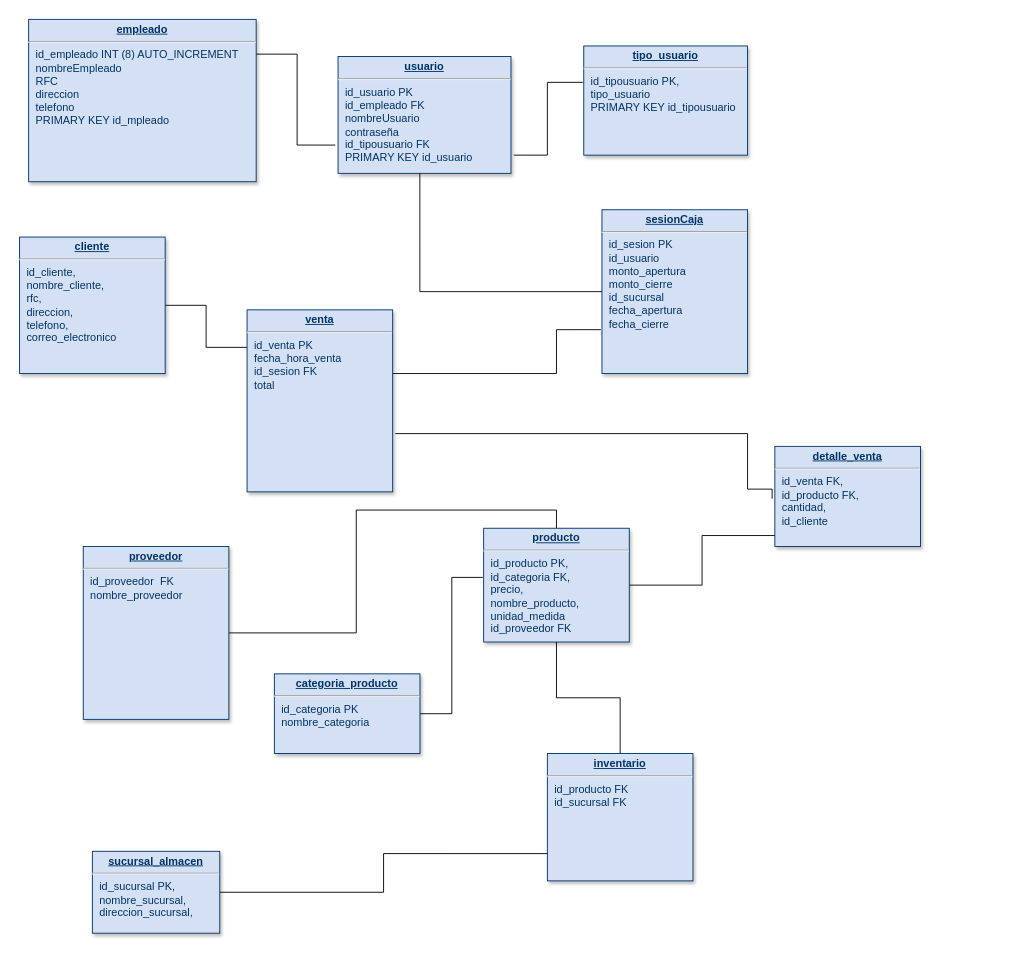
vendettjesus/hello-mundo keeps this draw.io diagram as puntoDeVenta.drawio. Above is the earlier version. Source tidied: cells renumbered, new cells numbered last; positions are measured from the earlier drawing's top-left corner, leaving out a move shared by most shapes. Both pictures are drawn from the tidied source at 91%, with x=0, y=0 at pixel (19, 19).
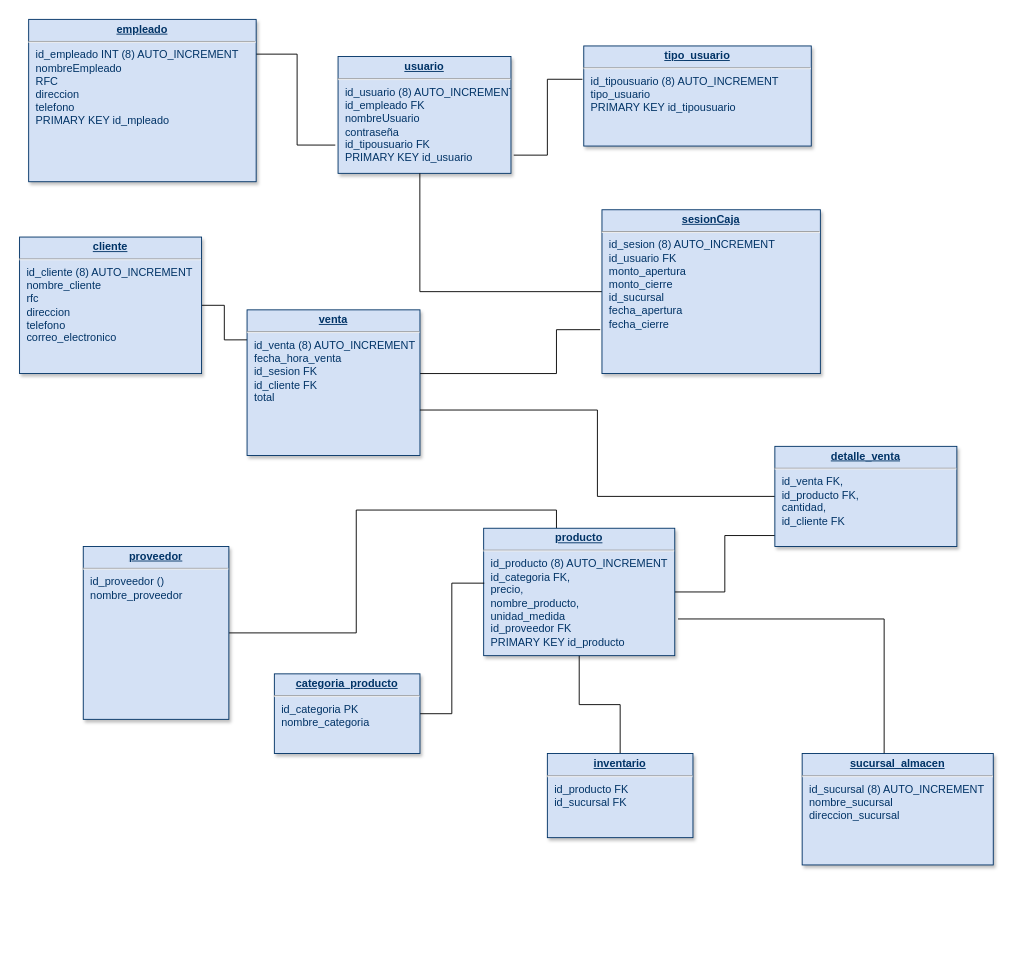
After the change.

The change refers to these unchanged cells:
```xml
<mxCell id="8" value="&lt;p style=&quot;margin: 0px; margin-top: 4px; text-align: center; text-decoration: underline;&quot;&gt;&lt;strong&gt;categoria_producto&lt;/strong&gt;&lt;/p&gt;&lt;hr&gt;&lt;p style=&quot;margin: 0px; margin-left: 8px;&quot;&gt;id_categoria PK&lt;/p&gt;&lt;p style=&quot;margin: 0px; margin-left: 8px;&quot;&gt;&lt;span style=&quot;&quot;&gt; &lt;/span&gt;nombre_categoria&lt;/p&gt;" style="verticalAlign=top;align=left;overflow=fill;fontSize=12;fontFamily=Helvetica;html=1;strokeColor=#003366;shadow=1;fillColor=#D4E1F5;fontColor=#003366;" parent="1" vertex="1">
  <mxGeometry x="280" y="719" width="160" height="87.5" as="geometry" />
</mxCell>
```

What changed in the source:
```diff
@@
-    <mxCell id="2" value="&lt;p style=&quot;margin: 0px; margin-top: 4px; text-align: center; text-decoration: underline;&quot;&gt;&lt;b&gt;usuario&lt;/b&gt;&lt;/p&gt;&lt;hr&gt;&lt;p style=&quot;margin: 0px; margin-left: 8px;&quot;&gt;id_usuario PK&lt;/p&gt;&lt;p style=&quot;margin: 0px; margin-left: 8px;&quot;&gt;&lt;span style=&quot;&quot;&gt; &lt;/span&gt;id_empleado FK&lt;/p&gt;&lt;p style=&quot;margin: 0px; margin-left: 8px;&quot;&gt;&lt;span style=&quot;&quot;&gt; &lt;/span&gt;nombreUsuario&lt;/p&gt;&lt;p style=&quot;margin: 0px; margin-left: 8px;&quot;&gt;&lt;span style=&quot;&quot;&gt; &lt;/span&gt;contraseña&lt;/p&gt;&lt;p style=&quot;margin: 0px; margin-left: 8px;&quot;&gt;&lt;span style=&quot;&quot;&gt; &lt;/span&gt;id_tipousuario FK&lt;/p&gt;&lt;p style=&quot;margin: 0px; margin-left: 8px;&quot;&gt;&lt;span style=&quot;&quot;&gt; &lt;/span&gt;PRIMARY KEY id_usuario&lt;/p&gt;" style="verticalAlign=top;align=left;overflow=fill;fontSize=12;fontFamily=Helvetica;html=1;strokeColor=#003366;shadow=1;fillColor=#D4E1F5;fontColor=#003366;" parent="1" vertex="1">
+    <mxCell id="2" value="&lt;p style=&quot;margin: 0px; margin-top: 4px; text-align: center; text-decoration: underline;&quot;&gt;&lt;b&gt;usuario&lt;/b&gt;&lt;/p&gt;&lt;hr&gt;&lt;p style=&quot;margin: 0px; margin-left: 8px;&quot;&gt;id_usuario (8) AUTO_INCREMENT&lt;/p&gt;&lt;p style=&quot;margin: 0px; margin-left: 8px;&quot;&gt;&lt;span style=&quot;&quot;&gt; &lt;/span&gt;id_empleado FK&lt;/p&gt;&lt;p style=&quot;margin: 0px; margin-left: 8px;&quot;&gt;&lt;span style=&quot;&quot;&gt; &lt;/span&gt;nombreUsuario&lt;/p&gt;&lt;p style=&quot;margin: 0px; margin-left: 8px;&quot;&gt;&lt;span style=&quot;&quot;&gt; &lt;/span&gt;contraseña&lt;/p&gt;&lt;p style=&quot;margin: 0px; margin-left: 8px;&quot;&gt;&lt;span style=&quot;&quot;&gt; &lt;/span&gt;id_tipousuario FK&lt;/p&gt;&lt;p style=&quot;margin: 0px; margin-left: 8px;&quot;&gt;&lt;span style=&quot;&quot;&gt; &lt;/span&gt;PRIMARY KEY id_usuario&lt;/p&gt;" style="verticalAlign=top;align=left;overflow=fill;fontSize=12;fontFamily=Helvetica;html=1;strokeColor=#003366;shadow=1;fillColor=#D4E1F5;fontColor=#003366;" parent="1" vertex="1">
       <mxGeometry x="350" y="40.6" width="190" height="128.4" as="geometry" />
     </mxCell>
@@
-    <mxCell id="6" value="&lt;p style=&quot;margin: 0px; margin-top: 4px; text-align: center; text-decoration: underline;&quot;&gt;&lt;b&gt;producto&lt;/b&gt;&lt;/p&gt;&lt;hr&gt;&lt;p style=&quot;margin: 0px; margin-left: 8px;&quot;&gt;id_producto PK,&lt;/p&gt;&lt;p style=&quot;margin: 0px; margin-left: 8px;&quot;&gt;&lt;span style=&quot;&quot;&gt; &lt;/span&gt;id_categoria FK,&lt;/p&gt;&lt;p style=&quot;margin: 0px; margin-left: 8px;&quot;&gt;&lt;span style=&quot;&quot;&gt; &lt;/span&gt;precio,&amp;nbsp;&lt;/p&gt;&lt;p style=&quot;margin: 0px; margin-left: 8px;&quot;&gt;&lt;span style=&quot;&quot;&gt; &lt;/span&gt;nombre_producto,&lt;/p&gt;&lt;p style=&quot;margin: 0px; margin-left: 8px;&quot;&gt;&lt;span style=&quot;&quot;&gt; &lt;/span&gt;unidad_medida&lt;/p&gt;&lt;p style=&quot;margin: 0px; margin-left: 8px;&quot;&gt;&lt;span style=&quot;&quot;&gt; &lt;/span&gt;id_proveedor FK&lt;/p&gt;" style="verticalAlign=top;align=left;overflow=fill;fontSize=12;fontFamily=Helvetica;html=1;strokeColor=#003366;shadow=1;fillColor=#D4E1F5;fontColor=#003366;" parent="1" vertex="1">
-      <mxGeometry x="510" y="559" width="160" height="125" as="geometry" />
+    <mxCell id="6" value="&lt;p style=&quot;margin: 0px; margin-top: 4px; text-align: center; text-decoration: underline;&quot;&gt;&lt;b&gt;producto&lt;/b&gt;&lt;/p&gt;&lt;hr&gt;&lt;p style=&quot;margin: 0px; margin-left: 8px;&quot;&gt;id_producto (8) AUTO_INCREMENT&lt;/p&gt;&lt;p style=&quot;margin: 0px; margin-left: 8px;&quot;&gt;&lt;span style=&quot;&quot;&gt; &lt;/span&gt;id_categoria FK,&lt;/p&gt;&lt;p style=&quot;margin: 0px; margin-left: 8px;&quot;&gt;&lt;span style=&quot;&quot;&gt; &lt;/span&gt;precio,&amp;nbsp;&lt;/p&gt;&lt;p style=&quot;margin: 0px; margin-left: 8px;&quot;&gt;&lt;span style=&quot;&quot;&gt; &lt;/span&gt;nombre_producto,&lt;/p&gt;&lt;p style=&quot;margin: 0px; margin-left: 8px;&quot;&gt;&lt;span style=&quot;&quot;&gt; &lt;/span&gt;unidad_medida&lt;/p&gt;&lt;p style=&quot;margin: 0px; margin-left: 8px;&quot;&gt;&lt;span style=&quot;&quot;&gt; &lt;/span&gt;id_proveedor FK&lt;/p&gt;&lt;p style=&quot;margin: 0px; margin-left: 8px;&quot;&gt;PRIMARY KEY id_producto&lt;/p&gt;" style="verticalAlign=top;align=left;overflow=fill;fontSize=12;fontFamily=Helvetica;html=1;strokeColor=#003366;shadow=1;fillColor=#D4E1F5;fontColor=#003366;" parent="1" vertex="1">
+      <mxGeometry x="510" y="559" width="210" height="140" as="geometry" />
     </mxCell>
-    <mxCell id="7" style="edgeStyle=orthogonalEdgeStyle;rounded=0;jettySize=auto;html=1;entryX=-0.006;entryY=0.432;entryDx=0;entryDy=0;entryPerimeter=0;endArrow=none;endFill=0;" parent="1" edge="1" source="8" target="6">
+    <mxCell id="7" style="edgeStyle=orthogonalEdgeStyle;rounded=0;jettySize=auto;html=1;entryX=0.003;entryY=0.431;entryDx=0;entryDy=0;entryPerimeter=0;endArrow=none;endFill=0;" parent="1" edge="1" source="8" target="6">
       <mxGeometry relative="1" as="geometry" />
     </mxCell>
@@
-    <mxCell id="10" value="&lt;p style=&quot;margin: 0px; margin-top: 4px; text-align: center; text-decoration: underline;&quot;&gt;&lt;b&gt;sesionCaja&lt;/b&gt;&lt;/p&gt;&lt;hr&gt;&lt;p style=&quot;margin: 0px; margin-left: 8px;&quot;&gt;id_sesion PK&lt;/p&gt;&lt;p style=&quot;margin: 0px; margin-left: 8px;&quot;&gt;&lt;span style=&quot;&quot;&gt; &lt;/span&gt;id_usuario&lt;/p&gt;&lt;p style=&quot;margin: 0px; margin-left: 8px;&quot;&gt;&lt;span style=&quot;&quot;&gt; &lt;/span&gt;monto_apertura&lt;/p&gt;&lt;p style=&quot;margin: 0px; margin-left: 8px;&quot;&gt;&lt;span style=&quot;&quot;&gt; &lt;/span&gt;monto_cierre&lt;/p&gt;&lt;p style=&quot;margin: 0px; margin-left: 8px;&quot;&gt;&lt;span style=&quot;&quot;&gt; &lt;/span&gt;id_sucursal&lt;/p&gt;&lt;p style=&quot;margin: 0px; margin-left: 8px;&quot;&gt;&lt;span style=&quot;&quot;&gt; &lt;/span&gt;fecha_apertura&lt;/p&gt;&lt;p style=&quot;margin: 0px; margin-left: 8px;&quot;&gt;&lt;span style=&quot;&quot;&gt; &lt;/span&gt;fecha_cierre&lt;span style=&quot;&quot;&gt; &lt;/span&gt;&lt;/p&gt;" style="verticalAlign=top;align=left;overflow=fill;fontSize=12;fontFamily=Helvetica;html=1;strokeColor=#003366;shadow=1;fillColor=#D4E1F5;fontColor=#003366;" parent="1" vertex="1">
-      <mxGeometry x="640" y="209" width="160" height="180" as="geometry" />
+    <mxCell id="10" value="&lt;p style=&quot;margin: 0px; margin-top: 4px; text-align: center; text-decoration: underline;&quot;&gt;&lt;b&gt;sesionCaja&lt;/b&gt;&lt;/p&gt;&lt;hr&gt;&lt;p style=&quot;margin: 0px; margin-left: 8px;&quot;&gt;id_sesion (8) AUTO_INCREMENT&lt;/p&gt;&lt;p style=&quot;margin: 0px; margin-left: 8px;&quot;&gt;&lt;span style=&quot;&quot;&gt; &lt;/span&gt;id_usuario FK&lt;/p&gt;&lt;p style=&quot;margin: 0px; margin-left: 8px;&quot;&gt;&lt;span style=&quot;&quot;&gt; &lt;/span&gt;monto_apertura&amp;nbsp;&lt;/p&gt;&lt;p style=&quot;margin: 0px; margin-left: 8px;&quot;&gt;&lt;span style=&quot;&quot;&gt; &lt;/span&gt;monto_cierre&lt;/p&gt;&lt;p style=&quot;margin: 0px; margin-left: 8px;&quot;&gt;&lt;span style=&quot;&quot;&gt; &lt;/span&gt;id_sucursal&lt;/p&gt;&lt;p style=&quot;margin: 0px; margin-left: 8px;&quot;&gt;&lt;span style=&quot;&quot;&gt; &lt;/span&gt;fecha_apertura&lt;/p&gt;&lt;p style=&quot;margin: 0px; margin-left: 8px;&quot;&gt;&lt;span style=&quot;&quot;&gt; &lt;/span&gt;fecha_cierre&lt;span style=&quot;&quot;&gt; &lt;/span&gt;&lt;/p&gt;" style="verticalAlign=top;align=left;overflow=fill;fontSize=12;fontFamily=Helvetica;html=1;strokeColor=#003366;shadow=1;fillColor=#D4E1F5;fontColor=#003366;" parent="1" vertex="1">
+      <mxGeometry x="640" y="209" width="240" height="180" as="geometry" />
     </mxCell>
@@
-    <mxCell id="12" value="&lt;p style=&quot;margin: 0px; margin-top: 4px; text-align: center; text-decoration: underline;&quot;&gt;&lt;strong&gt;tipo_usuario&lt;/strong&gt;&lt;/p&gt;&lt;hr&gt;&lt;p style=&quot;margin: 0px; margin-left: 8px;&quot;&gt;id_tipousuario PK,&lt;/p&gt;&lt;p style=&quot;margin: 0px; margin-left: 8px;&quot;&gt;&lt;span style=&quot;&quot;&gt; &lt;/span&gt;tipo_usuario&lt;/p&gt;&lt;p style=&quot;margin: 0px; margin-left: 8px;&quot;&gt;&lt;span style=&quot;&quot;&gt; &lt;/span&gt;PRIMARY KEY id_tipousuario&amp;nbsp;&lt;/p&gt;" style="verticalAlign=top;align=left;overflow=fill;fontSize=12;fontFamily=Helvetica;html=1;strokeColor=#003366;shadow=1;fillColor=#D4E1F5;fontColor=#003366;" parent="1" vertex="1">
-      <mxGeometry x="620" y="29" width="180" height="120" as="geometry" />
+    <mxCell id="12" value="&lt;p style=&quot;margin: 0px; margin-top: 4px; text-align: center; text-decoration: underline;&quot;&gt;&lt;strong&gt;tipo_usuario&lt;/strong&gt;&lt;/p&gt;&lt;hr&gt;&lt;p style=&quot;margin: 0px; margin-left: 8px;&quot;&gt;id_tipousuario (8) AUTO_INCREMENT&lt;/p&gt;&lt;p style=&quot;margin: 0px; margin-left: 8px;&quot;&gt;&lt;span style=&quot;&quot;&gt; &lt;/span&gt;tipo_usuario&lt;/p&gt;&lt;p style=&quot;margin: 0px; margin-left: 8px;&quot;&gt;&lt;span style=&quot;&quot;&gt; &lt;/span&gt;PRIMARY KEY id_tipousuario&amp;nbsp;&lt;/p&gt;" style="verticalAlign=top;align=left;overflow=fill;fontSize=12;fontFamily=Helvetica;html=1;strokeColor=#003366;shadow=1;fillColor=#D4E1F5;fontColor=#003366;" parent="1" vertex="1">
+      <mxGeometry x="620" y="29" width="250" height="110" as="geometry" />
     </mxCell>
@@
-    <mxCell id="14" value="&lt;p style=&quot;margin: 0px; margin-top: 4px; text-align: center; text-decoration: underline;&quot;&gt;&lt;b&gt;cliente&lt;/b&gt;&lt;/p&gt;&lt;hr&gt;&lt;p style=&quot;margin: 0px; margin-left: 8px;&quot;&gt;id_cliente,&lt;/p&gt;&lt;p style=&quot;margin: 0px; margin-left: 8px;&quot;&gt;&lt;span style=&quot;&quot;&gt; &lt;/span&gt;nombre_cliente,&lt;/p&gt;&lt;p style=&quot;margin: 0px; margin-left: 8px;&quot;&gt;&lt;span style=&quot;&quot;&gt; &lt;/span&gt;rfc,&lt;/p&gt;&lt;p style=&quot;margin: 0px; margin-left: 8px;&quot;&gt;&lt;span style=&quot;&quot;&gt; &lt;/span&gt;direccion,&lt;/p&gt;&lt;p style=&quot;margin: 0px; margin-left: 8px;&quot;&gt;&lt;span style=&quot;&quot;&gt; &lt;/span&gt;telefono,&lt;/p&gt;&lt;p style=&quot;margin: 0px; margin-left: 8px;&quot;&gt;&lt;span style=&quot;&quot;&gt; &lt;/span&gt;correo_electronico&lt;/p&gt;" style="verticalAlign=top;align=left;overflow=fill;fontSize=12;fontFamily=Helvetica;html=1;strokeColor=#003366;shadow=1;fillColor=#D4E1F5;fontColor=#003366;" parent="1" vertex="1">
-      <mxGeometry y="239" width="160" height="150" as="geometry" />
+    <mxCell id="14" value="&lt;p style=&quot;margin: 0px; margin-top: 4px; text-align: center; text-decoration: underline;&quot;&gt;&lt;b&gt;cliente&lt;/b&gt;&lt;/p&gt;&lt;hr&gt;&lt;p style=&quot;margin: 0px; margin-left: 8px;&quot;&gt;id_cliente (8) AUTO_INCREMENT&lt;/p&gt;&lt;p style=&quot;margin: 0px; margin-left: 8px;&quot;&gt;&lt;span style=&quot;&quot;&gt; &lt;/span&gt;nombre_cliente&lt;/p&gt;&lt;p style=&quot;margin: 0px; margin-left: 8px;&quot;&gt;&lt;span style=&quot;&quot;&gt; &lt;/span&gt;rfc&lt;/p&gt;&lt;p style=&quot;margin: 0px; margin-left: 8px;&quot;&gt;&lt;span style=&quot;&quot;&gt; &lt;/span&gt;direccion&lt;/p&gt;&lt;p style=&quot;margin: 0px; margin-left: 8px;&quot;&gt;&lt;span style=&quot;&quot;&gt; &lt;/span&gt;telefono&lt;/p&gt;&lt;p style=&quot;margin: 0px; margin-left: 8px;&quot;&gt;&lt;span style=&quot;&quot;&gt; &lt;/span&gt;correo_electronico&lt;/p&gt;" style="verticalAlign=top;align=left;overflow=fill;fontSize=12;fontFamily=Helvetica;html=1;strokeColor=#003366;shadow=1;fillColor=#D4E1F5;fontColor=#003366;" parent="1" vertex="1">
+      <mxGeometry y="239" width="200" height="150" as="geometry" />
     </mxCell>
@@
-    <mxCell id="17" style="edgeStyle=orthogonalEdgeStyle;rounded=0;jettySize=auto;html=1;entryX=-0.019;entryY=0.523;entryDx=0;entryDy=0;entryPerimeter=0;startArrow=none;startFill=0;endArrow=none;endFill=0;exitX=1.018;exitY=0.68;exitDx=0;exitDy=0;exitPerimeter=0;" parent="1" edge="1" source="19" target="21">
-      <mxGeometry relative="1" as="geometry">
-        <Array as="points">
-          <mxPoint x="800" y="455" />
-          <mxPoint x="800" y="516" />
-        </Array>
-      </mxGeometry>
-    </mxCell>
@@
-    <mxCell id="19" value="&lt;p style=&quot;margin: 0px; margin-top: 4px; text-align: center; text-decoration: underline;&quot;&gt;&lt;b&gt;venta&lt;/b&gt;&lt;/p&gt;&lt;hr&gt;&lt;p style=&quot;margin: 0px; margin-left: 8px;&quot;&gt;id_venta PK&lt;/p&gt;&lt;p style=&quot;margin: 0px; margin-left: 8px;&quot;&gt;&lt;span style=&quot;&quot;&gt; &lt;/span&gt;fecha_hora_venta&lt;/p&gt;&lt;p style=&quot;margin: 0px; margin-left: 8px;&quot;&gt;&lt;span style=&quot;&quot;&gt; &lt;/span&gt;id_sesion FK&lt;/p&gt;&lt;p style=&quot;margin: 0px; margin-left: 8px;&quot;&gt;&lt;span style=&quot;&quot;&gt; &lt;/span&gt;total&lt;/p&gt;" style="verticalAlign=top;align=left;overflow=fill;fontSize=12;fontFamily=Helvetica;html=1;strokeColor=#003366;shadow=1;fillColor=#D4E1F5;fontColor=#003366;" parent="1" vertex="1">
-      <mxGeometry x="250" y="319" width="160" height="200" as="geometry" />
+    <mxCell id="19" value="&lt;p style=&quot;margin: 0px; margin-top: 4px; text-align: center; text-decoration: underline;&quot;&gt;&lt;b&gt;venta&lt;/b&gt;&lt;/p&gt;&lt;hr&gt;&lt;p style=&quot;margin: 0px; margin-left: 8px;&quot;&gt;id_venta (8) AUTO_INCREMENT&lt;/p&gt;&lt;p style=&quot;margin: 0px; margin-left: 8px;&quot;&gt;&lt;span style=&quot;&quot;&gt; &lt;/span&gt;fecha_hora_venta&lt;/p&gt;&lt;p style=&quot;margin: 0px; margin-left: 8px;&quot;&gt;&lt;span style=&quot;&quot;&gt; &lt;/span&gt;id_sesion FK&lt;/p&gt;&lt;p style=&quot;margin: 0px; margin-left: 8px;&quot;&gt;id_cliente FK&lt;/p&gt;&lt;p style=&quot;margin: 0px; margin-left: 8px;&quot;&gt;&lt;span style=&quot;&quot;&gt; &lt;/span&gt;total&amp;nbsp;&lt;/p&gt;" style="verticalAlign=top;align=left;overflow=fill;fontSize=12;fontFamily=Helvetica;html=1;strokeColor=#003366;shadow=1;fillColor=#D4E1F5;fontColor=#003366;" parent="1" vertex="1">
+      <mxGeometry x="250" y="319" width="190" height="160" as="geometry" />
     </mxCell>
     <mxCell id="20" value="&lt;p style=&quot;margin: 0px; margin-top: 4px; text-align: center; text-decoration: underline;&quot;&gt;&lt;b&gt;inventario&lt;/b&gt;&lt;/p&gt;&lt;hr&gt;&lt;p style=&quot;margin: 0px; margin-left: 8px;&quot;&gt;id_producto FK&lt;/p&gt;&lt;p style=&quot;margin: 0px; margin-left: 8px;&quot;&gt;id_sucursal FK&lt;/p&gt;" style="verticalAlign=top;align=left;overflow=fill;fontSize=12;fontFamily=Helvetica;html=1;strokeColor=#003366;shadow=1;fillColor=#D4E1F5;fontColor=#003366;" parent="1" vertex="1">
-      <mxGeometry x="580" y="806.5" width="160" height="140" as="geometry" />
+      <mxGeometry x="580" y="806.5" width="160" height="92.5" as="geometry" />
     </mxCell>
+    <mxCell id="25" style="edgeStyle=orthogonalEdgeStyle;rounded=0;jettySize=auto;html=1;entryX=1;entryY=0.688;entryDx=0;entryDy=0;entryPerimeter=0;endArrow=none;endFill=0;" parent="1" edge="1" source="21" target="19">
+      <mxGeometry relative="1" as="geometry" />
+    </mxCell>
-    <mxCell id="21" value="&lt;p style=&quot;margin: 0px; margin-top: 4px; text-align: center; text-decoration: underline;&quot;&gt;&lt;strong&gt;detalle_venta&lt;/strong&gt;&lt;/p&gt;&lt;hr&gt;&lt;p style=&quot;margin: 0px; margin-left: 8px;&quot;&gt;id_venta FK,&lt;/p&gt;&lt;p style=&quot;margin: 0px; margin-left: 8px;&quot;&gt;&lt;span style=&quot;&quot;&gt; &lt;/span&gt;id_producto FK,&lt;/p&gt;&lt;p style=&quot;margin: 0px; margin-left: 8px;&quot;&gt;&lt;span style=&quot;&quot;&gt; &lt;/span&gt;cantidad,&lt;/p&gt;&lt;p style=&quot;margin: 0px; margin-left: 8px;&quot;&gt;&lt;span style=&quot;&quot;&gt; &lt;/span&gt;id_cliente&lt;/p&gt;" style="verticalAlign=top;align=left;overflow=fill;fontSize=12;fontFamily=Helvetica;html=1;strokeColor=#003366;shadow=1;fillColor=#D4E1F5;fontColor=#003366;" parent="1" vertex="1">
-      <mxGeometry x="830" y="469" width="160" height="110" as="geometry" />
+    <mxCell id="21" value="&lt;p style=&quot;margin: 0px; margin-top: 4px; text-align: center; text-decoration: underline;&quot;&gt;&lt;strong&gt;detalle_venta&lt;/strong&gt;&lt;/p&gt;&lt;hr&gt;&lt;p style=&quot;margin: 0px; margin-left: 8px;&quot;&gt;id_venta FK,&lt;/p&gt;&lt;p style=&quot;margin: 0px; margin-left: 8px;&quot;&gt;&lt;span style=&quot;&quot;&gt; &lt;/span&gt;id_producto FK,&lt;/p&gt;&lt;p style=&quot;margin: 0px; margin-left: 8px;&quot;&gt;&lt;span style=&quot;&quot;&gt; &lt;/span&gt;cantidad,&lt;/p&gt;&lt;p style=&quot;margin: 0px; margin-left: 8px;&quot;&gt;&lt;span style=&quot;&quot;&gt; &lt;/span&gt;id_cliente FK&lt;/p&gt;" style="verticalAlign=top;align=left;overflow=fill;fontSize=12;fontFamily=Helvetica;html=1;strokeColor=#003366;shadow=1;fillColor=#D4E1F5;fontColor=#003366;" parent="1" vertex="1">
+      <mxGeometry x="830" y="469" width="200" height="110" as="geometry" />
     </mxCell>
-    <mxCell id="22" style="edgeStyle=orthogonalEdgeStyle;rounded=0;jettySize=auto;html=1;entryX=0;entryY=0.786;entryDx=0;entryDy=0;entryPerimeter=0;startArrow=none;startFill=0;endArrow=none;endFill=0;" parent="1" edge="1" source="23" target="20">
-      <mxGeometry relative="1" as="geometry" />
+    <mxCell id="22" style="edgeStyle=orthogonalEdgeStyle;rounded=0;jettySize=auto;html=1;entryX=1.017;entryY=0.712;entryDx=0;entryDy=0;entryPerimeter=0;startArrow=none;startFill=0;endArrow=none;endFill=0;exitX=0.429;exitY=0.028;exitDx=0;exitDy=0;exitPerimeter=0;" parent="1" edge="1" source="23" target="6">
+      <mxGeometry relative="1" as="geometry">
+        <Array as="points">
+          <mxPoint x="950" y="659" />
+        </Array>
+      </mxGeometry>
     </mxCell>
-    <mxCell id="23" value="&lt;p style=&quot;margin: 4px 0px 0px; text-decoration: underline; text-align: center;&quot;&gt;&lt;strong&gt;sucursal_almacen&lt;/strong&gt;&lt;/p&gt;&lt;hr&gt;&lt;p style=&quot;margin: 0px ; margin-left: 8px&quot;&gt;id_sucursal PK,&lt;/p&gt;&lt;p style=&quot;margin: 0px ; margin-left: 8px&quot;&gt;&lt;span style=&quot;&quot;&gt; &lt;/span&gt;nombre_sucursal,&lt;/p&gt;&lt;p style=&quot;margin: 0px ; margin-left: 8px&quot;&gt;&lt;span style=&quot;&quot;&gt; &lt;/span&gt;direccion_sucursal,&lt;/p&gt;" style="verticalAlign=top;align=left;overflow=fill;fontSize=12;fontFamily=Helvetica;html=1;strokeColor=#003366;shadow=1;fillColor=#D4E1F5;fontColor=#003366;" parent="1" vertex="1">
-      <mxGeometry x="80" y="914" width="140" height="90" as="geometry" />
+    <mxCell id="23" value="&lt;p style=&quot;margin: 4px 0px 0px; text-decoration: underline; text-align: center;&quot;&gt;&lt;strong&gt;sucursal_almacen&lt;/strong&gt;&lt;/p&gt;&lt;hr&gt;&lt;p style=&quot;margin: 0px ; margin-left: 8px&quot;&gt;id_sucursal (8) AUTO_INCREMENT&lt;/p&gt;&lt;p style=&quot;margin: 0px ; margin-left: 8px&quot;&gt;&lt;span style=&quot;&quot;&gt; &lt;/span&gt;nombre_sucursal&lt;/p&gt;&lt;p style=&quot;margin: 0px ; margin-left: 8px&quot;&gt;&lt;span style=&quot;&quot;&gt; &lt;/span&gt;direccion_sucursal&lt;/p&gt;&lt;p style=&quot;margin: 0px ; margin-left: 8px&quot;&gt;&lt;br&gt;&lt;/p&gt;" style="verticalAlign=top;align=left;overflow=fill;fontSize=12;fontFamily=Helvetica;html=1;strokeColor=#003366;shadow=1;fillColor=#D4E1F5;fontColor=#003366;" parent="1" vertex="1">
+      <mxGeometry x="860" y="806.5" width="210" height="122.5" as="geometry" />
     </mxCell>
-    <mxCell id="24" value="&lt;p style=&quot;margin: 0px; margin-top: 4px; text-align: center; text-decoration: underline;&quot;&gt;&lt;b&gt;proveedor&lt;/b&gt;&lt;/p&gt;&lt;hr&gt;&lt;p style=&quot;margin: 0px; margin-left: 8px;&quot;&gt;id_proveedor&amp;nbsp; FK&lt;/p&gt;&lt;p style=&quot;margin: 0px; margin-left: 8px;&quot;&gt;&lt;span style=&quot;&quot;&gt; &lt;/span&gt;nombre_proveedor&lt;/p&gt;" style="verticalAlign=top;align=left;overflow=fill;fontSize=12;fontFamily=Helvetica;html=1;strokeColor=#003366;shadow=1;fillColor=#D4E1F5;fontColor=#003366;" parent="1" vertex="1">
+    <mxCell id="24" value="&lt;p style=&quot;margin: 0px; margin-top: 4px; text-align: center; text-decoration: underline;&quot;&gt;&lt;b&gt;proveedor&lt;/b&gt;&lt;/p&gt;&lt;hr&gt;&lt;p style=&quot;margin: 0px; margin-left: 8px;&quot;&gt;id_proveedor ()&lt;/p&gt;&lt;p style=&quot;margin: 0px; margin-left: 8px;&quot;&gt;&lt;span style=&quot;&quot;&gt; &lt;/span&gt;nombre_proveedor&lt;/p&gt;" style="verticalAlign=top;align=left;overflow=fill;fontSize=12;fontFamily=Helvetica;html=1;strokeColor=#003366;shadow=1;fillColor=#D4E1F5;fontColor=#003366;" parent="1" vertex="1">
       <mxGeometry x="70" y="579" width="160" height="190" as="geometry" />
     </mxCell>
```
